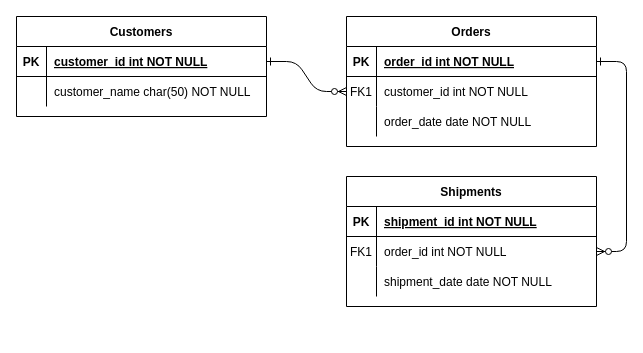
Above: Untitled Diagram.drawio in Katt9/Database-Design-for-Information-Organizations (draw.io), before the change. Source tidied: cells renumbered, new cells numbered last; positions are measured from the earlier drawing's top-left corner, leaving out a move shared by most shapes. Both pictures are drawn from the tidied source at 100%, with x=0, y=0 at pixel (16, 16).
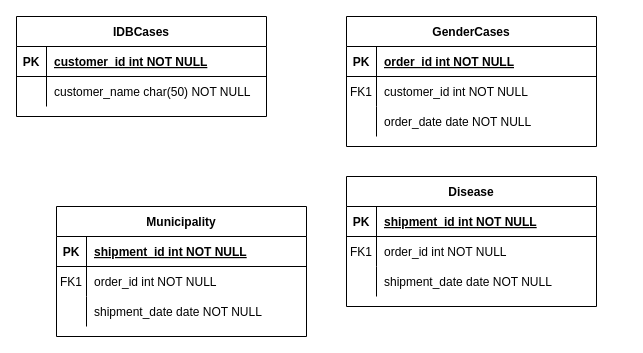
The same diagram, later.

Commit message:
Assignment XIV - Final Project.drawio

Unchanged cells that the change refers to:
```xml
<mxCell id="5" style="shape=partialRectangle;fillColor=none;points=[[0,0.5],[1,0.5]];portConstraint=eastwest;top=0;left=0;right=0;bottom=1;" parent="4" vertex="1">
  <mxGeometry y="30" width="250" height="30" as="geometry" />
</mxCell>
<mxCell id="8" style="shape=partialRectangle;fillColor=none;points=[[0,0.5],[1,0.5]];portConstraint=eastwest;top=0;left=0;right=0;bottom=0;" parent="4" vertex="1">
  <mxGeometry y="60" width="250" height="30" as="geometry" />
</mxCell>
<mxCell id="18" style="shape=partialRectangle;fillColor=none;points=[[0,0.5],[1,0.5]];portConstraint=eastwest;top=0;left=0;right=0;bottom=0;" parent="14" vertex="1">
  <mxGeometry y="60" width="250" height="30" as="geometry" />
</mxCell>
<mxCell id="25" style="shape=partialRectangle;fillColor=none;points=[[0,0.5],[1,0.5]];portConstraint=eastwest;top=0;left=0;right=0;bottom=1;" parent="24" vertex="1">
  <mxGeometry y="30" width="250" height="30" as="geometry" />
</mxCell>
```

Change to the diagram source:
```diff
@@
-    <mxCell id="2" style="edgeStyle=entityRelationEdgeStyle;endArrow=ERzeroToMany;startArrow=ERone;endFill=1;startFill=0;" parent="1" edge="1" source="25" target="8">
-      <mxGeometry relative="1" as="geometry" />
-    </mxCell>
-    <mxCell id="3" style="edgeStyle=entityRelationEdgeStyle;endArrow=ERzeroToMany;startArrow=ERone;endFill=1;startFill=0;" parent="1" edge="1" source="5" target="18">
-      <mxGeometry relative="1" as="geometry" />
-    </mxCell>
-    <mxCell id="4" value="Orders" style="shape=table;startSize=30;childLayout=tableLayout;rowLines=0;fontStyle=1;align=center;" parent="1" vertex="1">
+    <mxCell id="4" value="GenderCases" style="shape=table;startSize=30;childLayout=tableLayout;rowLines=0;fontStyle=1;align=center;" parent="1" vertex="1">
       <mxGeometry x="330" width="250" height="130" as="geometry" />
     </mxCell>
@@
-    <mxCell id="14" value="Shipments" style="shape=table;startSize=30;childLayout=tableLayout;rowLines=0;fontStyle=1;align=center;" parent="1" vertex="1">
+    <mxCell id="14" value="Disease" style="shape=table;startSize=30;childLayout=tableLayout;rowLines=0;fontStyle=1;align=center;" parent="1" vertex="1">
       <mxGeometry x="330" y="160" width="250" height="130" as="geometry" />
     </mxCell>
@@
-    <mxCell id="24" value="Customers" style="shape=table;startSize=30;childLayout=tableLayout;rowLines=0;fontStyle=1;align=center;" parent="1" vertex="1">
+    <mxCell id="24" value="IDBCases" style="shape=table;startSize=30;childLayout=tableLayout;rowLines=0;fontStyle=1;align=center;" parent="1" vertex="1">
       <mxGeometry width="250" height="100" as="geometry" />
     </mxCell>
@@
+    <mxCell id="31" value="Municipality" style="shape=table;startSize=30;childLayout=tableLayout;rowLines=0;fontStyle=1;align=center;" parent="1" vertex="1">
+      <mxGeometry x="40" y="190" width="250" height="130" as="geometry" />
+    </mxCell>
+    <mxCell id="32" style="shape=partialRectangle;fillColor=none;top=0;left=0;right=0;bottom=1;" parent="31" vertex="1">
+      <mxGeometry y="30" width="250" height="30" as="geometry" />
+    </mxCell>
+    <mxCell id="33" value="PK" style="shape=partialRectangle;overflow=hidden;fillColor=none;top=0;left=0;bottom=0;right=0;fontStyle=1;" parent="32" vertex="1">
+      <mxGeometry width="30" height="30" as="geometry" />
+    </mxCell>
+    <mxCell id="34" value="shipment_id int NOT NULL " style="shape=partialRectangle;overflow=hidden;fillColor=none;top=0;left=0;bottom=0;right=0;align=left;spacingLeft=6;fontStyle=5;" parent="32" vertex="1">
+      <mxGeometry x="30" width="220" height="30" as="geometry" />
+    </mxCell>
+    <mxCell id="35" style="shape=partialRectangle;fillColor=none;top=0;left=0;right=0;bottom=0;" parent="31" vertex="1">
+      <mxGeometry y="60" width="250" height="30" as="geometry" />
+    </mxCell>
+    <mxCell id="36" value="FK1" style="shape=partialRectangle;overflow=hidden;fillColor=none;top=0;left=0;bottom=0;right=0;" parent="35" vertex="1">
+      <mxGeometry width="30" height="30" as="geometry" />
+    </mxCell>
+    <mxCell id="37" value="order_id int NOT NULL" style="shape=partialRectangle;overflow=hidden;fillColor=none;top=0;left=0;bottom=0;right=0;align=left;spacingLeft=6;" parent="35" vertex="1">
+      <mxGeometry x="30" width="220" height="30" as="geometry" />
+    </mxCell>
+    <mxCell id="38" style="shape=partialRectangle;fillColor=none;top=0;left=0;right=0;bottom=0;" parent="31" vertex="1">
+      <mxGeometry y="90" width="250" height="30" as="geometry" />
+    </mxCell>
+    <mxCell id="39" style="shape=partialRectangle;overflow=hidden;fillColor=none;top=0;left=0;bottom=0;right=0;" parent="38" vertex="1">
+      <mxGeometry width="30" height="30" as="geometry" />
+    </mxCell>
+    <mxCell id="40" value="shipment_date date NOT NULL" style="shape=partialRectangle;overflow=hidden;fillColor=none;top=0;left=0;bottom=0;right=0;align=left;spacingLeft=6;" parent="38" vertex="1">
+      <mxGeometry x="30" width="220" height="30" as="geometry" />
+    </mxCell>
```
